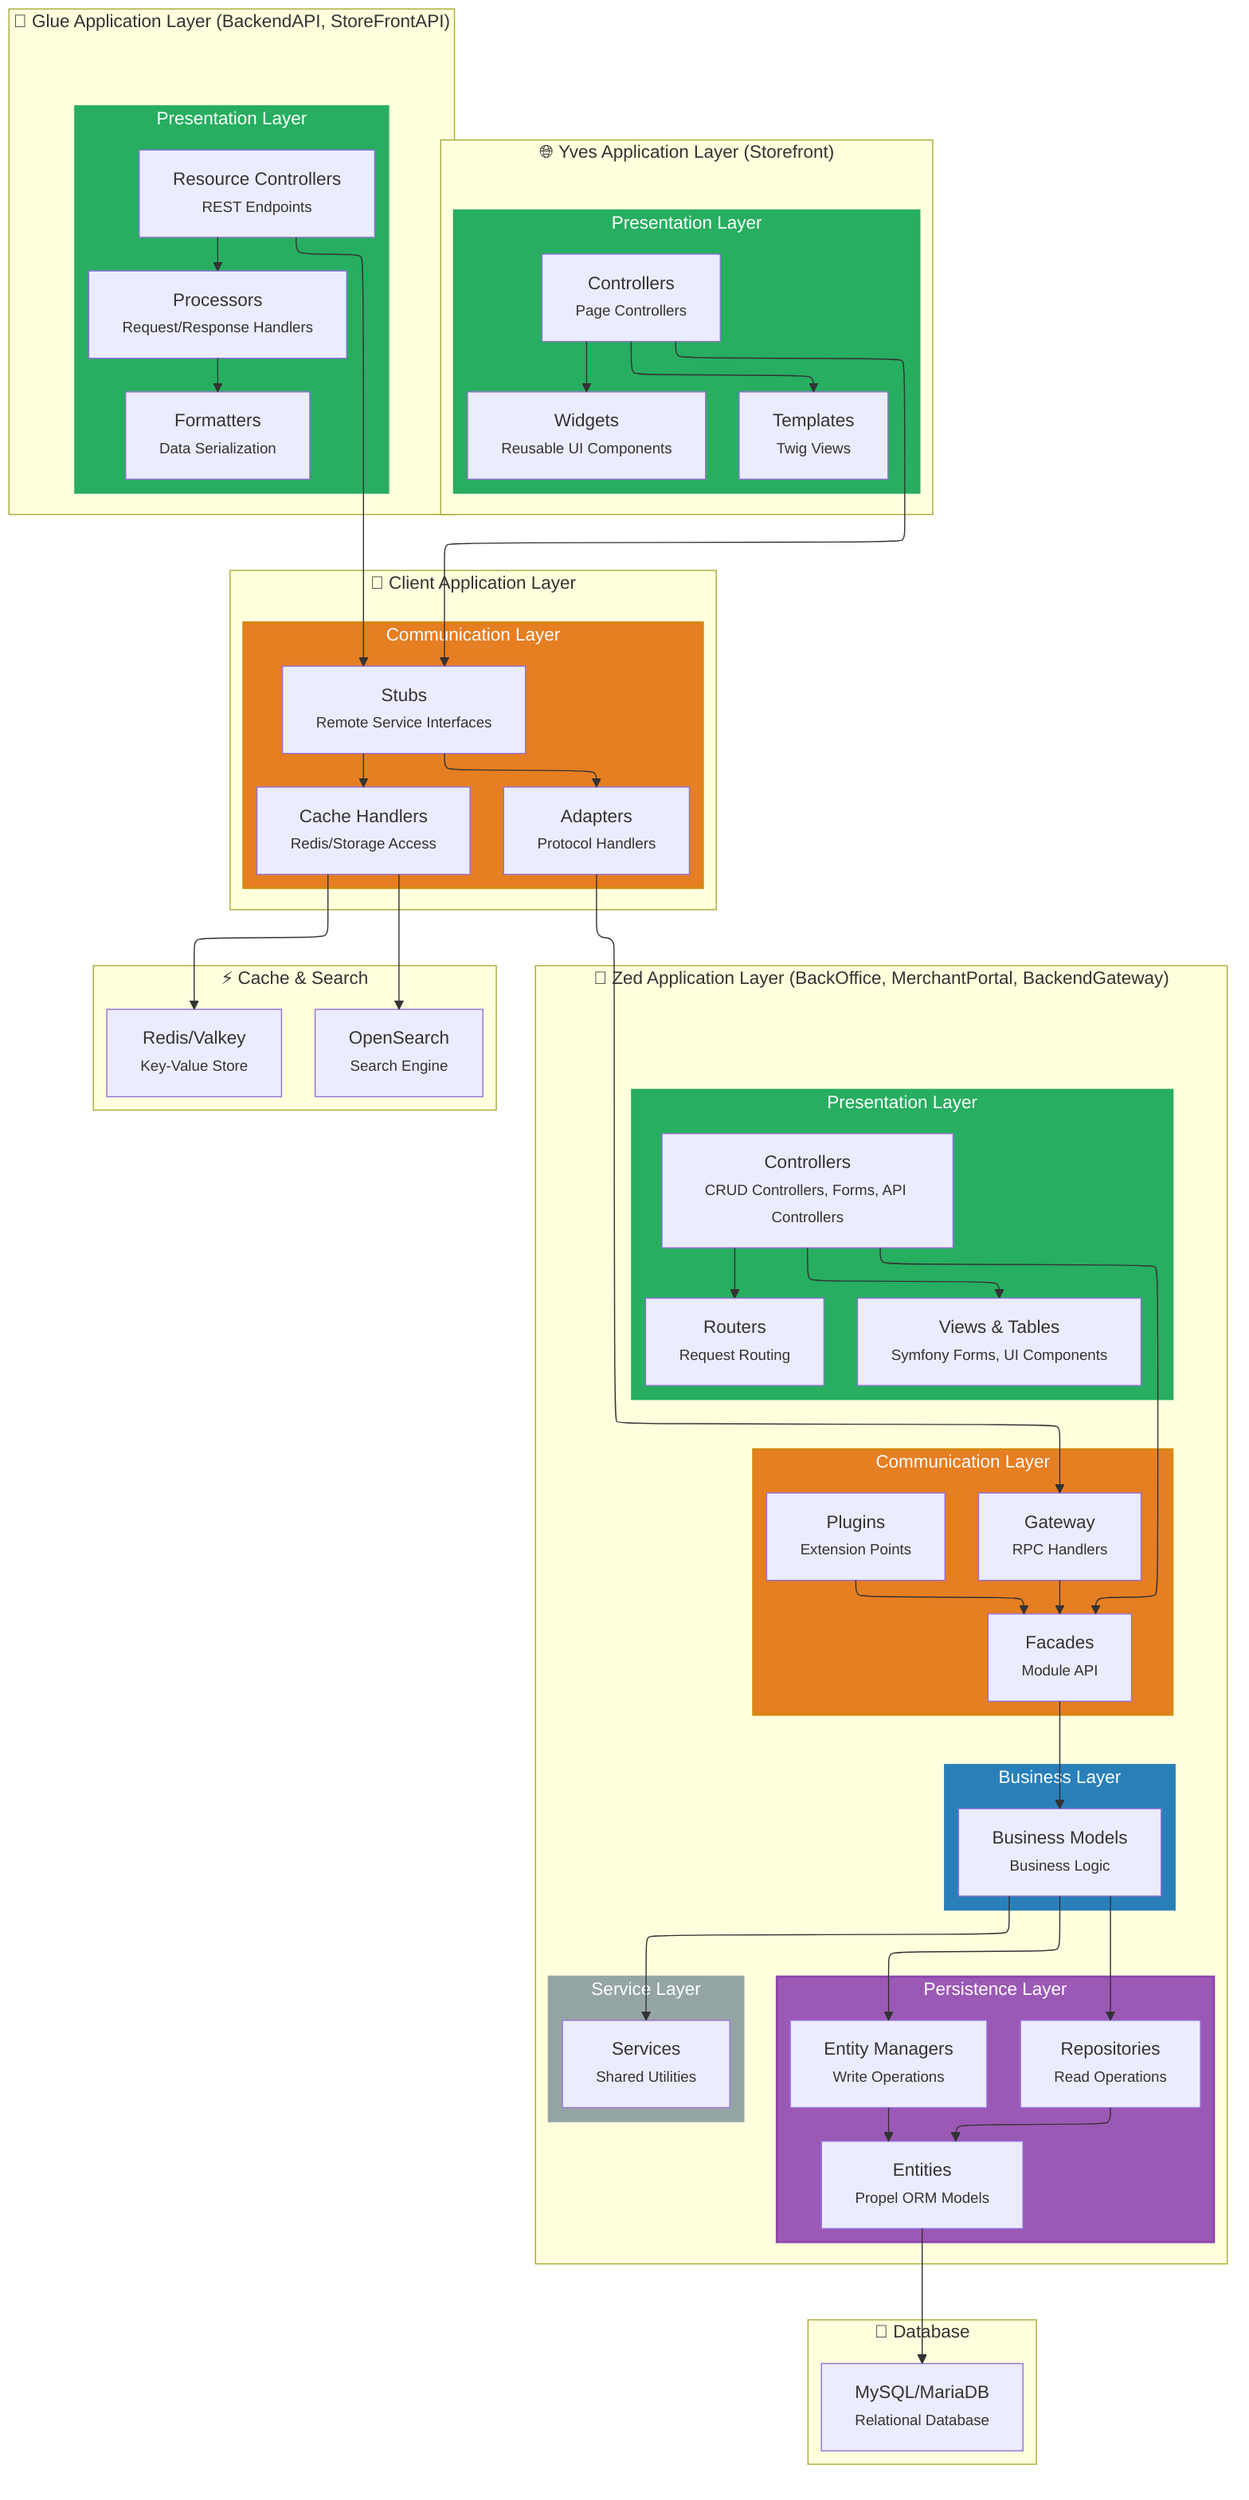
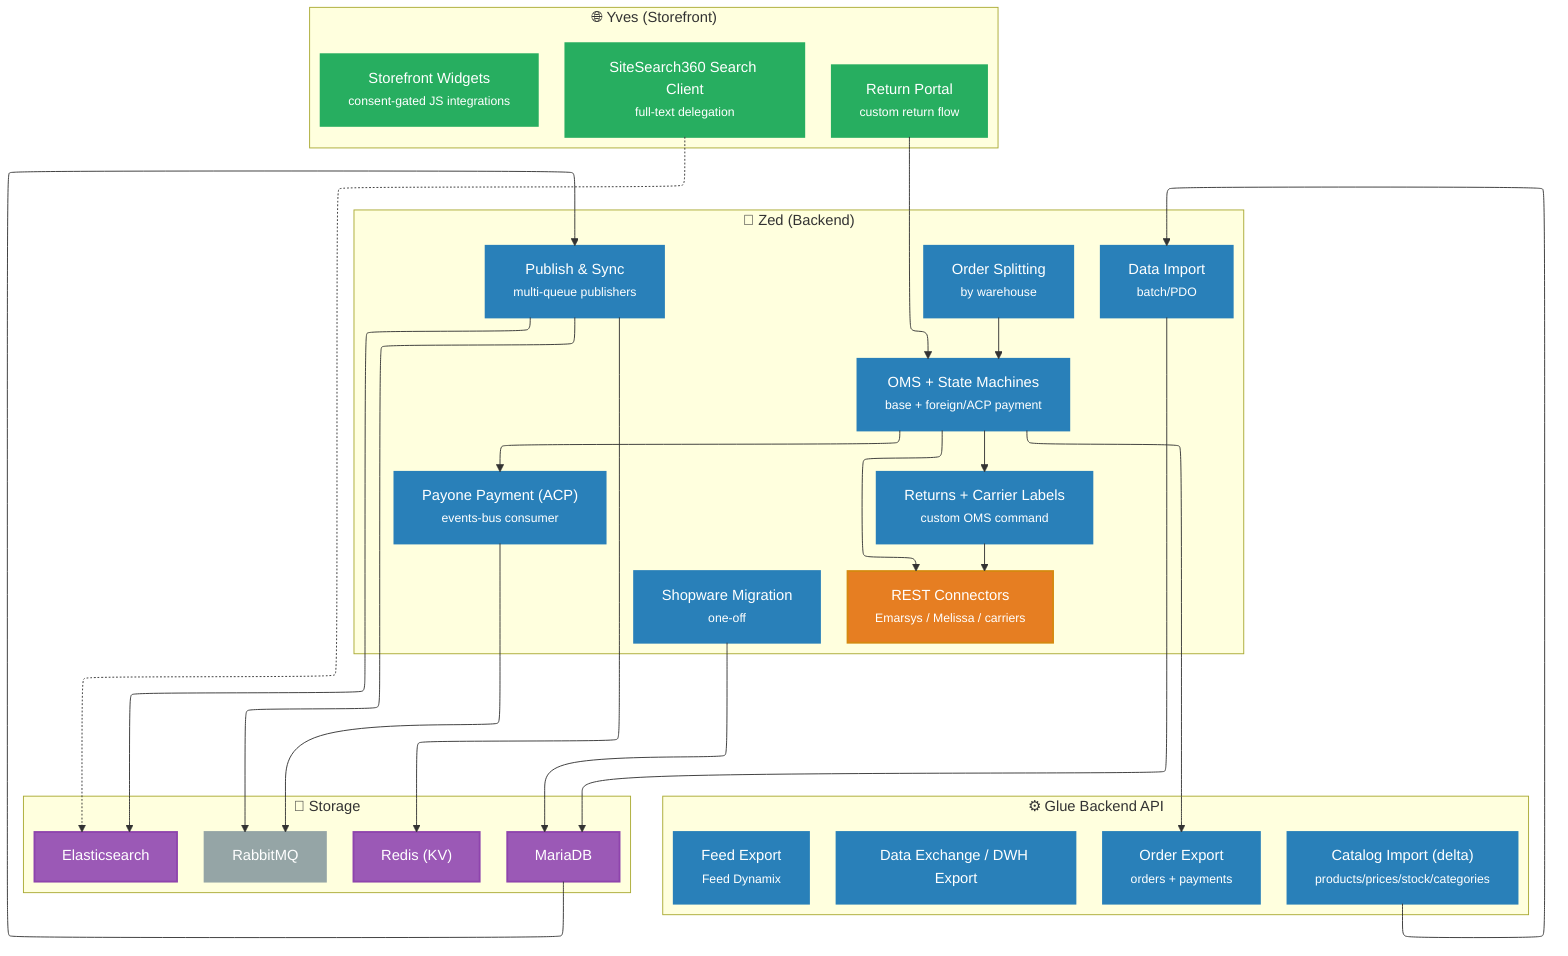
---
config:
  layout: elk
---
flowchart TB
-     subgraph YvesPresentation["Presentation Layer"]
-         YvesControllers["Controllers<br><small>Page Controllers</small>"]
-         YvesTemplates["Templates<br><small>Twig Views</small>"]
-         YvesWidgets["Widgets<br><small>Reusable UI Components</small>"]
+     subgraph YvesC["🌐 Yves (Storefront)"]
+         ReturnPortal["Return Portal<br><small>custom return flow</small>"]
+         SearchClient["SiteSearch360 Search Client<br><small>full-text delegation</small>"]
+         Widgets["Storefront Widgets<br><small>consent-gated JS integrations</small>"]
    end
-     subgraph Yves["🌐 Yves Application Layer (Storefront)"]
-         direction TB
-         YvesPresentation
+     subgraph GlueC["⚙️ Glue Backend API"]
+         CatalogImport["Catalog Import (delta)<br><small>products/prices/stock/categories</small>"]
+         OrderExport["Order Export<br><small>orders + payments</small>"]
+         DataExchange["Data Exchange / DWH Export"]
+         FeedExport["Feed Export<br><small>Feed Dynamix</small>"]
    end
-     subgraph GluePresentation["Presentation Layer"]
-         GlueControllers["Resource Controllers<br><small>REST Endpoints</small>"]
-         GlueProcessors["Processors<br><small>Request/Response Handlers</small>"]
-         GlueFormatters["Formatters<br><small>Data Serialization</small>"]
+     subgraph ZedC["🏢 Zed (Backend)"]
+         DataImportMod["Data Import<br><small>batch/PDO</small>"]
+         PS["Publish & Sync<br><small>multi-queue publishers</small>"]
+         OMS["OMS + State Machines<br><small>base + foreign/ACP payment</small>"]
+         PayoneMod["Payone Payment (ACP)<br><small>events-bus consumer</small>"]
+         OrderSplit["Order Splitting<br><small>by warehouse</small>"]
+         ReturnsMod["Returns + Carrier Labels<br><small>custom OMS command</small>"]
+         Connectors["REST Connectors<br><small>Emarsys / Melissa / carriers</small>"]
+         Migration["Shopware Migration<br><small>one-off</small>"]
    end
-     subgraph GlueAPI["🔌 Glue Application Layer (BackendAPI, StoreFrontAPI)"]
-         direction TB
-         GluePresentation
+     subgraph StorageC["💾 Storage"]
+         DB["MariaDB"]
+         Redis["Redis (KV)"]
+         ES["Elasticsearch"]
+         Rabbit["RabbitMQ"]
    end
-     subgraph ClientCommunication["Communication Layer"]
-         ClientStubs["Stubs<br><small>Remote Service Interfaces</small>"]
-         ClientAdapters["Adapters<br><small>Protocol Handlers</small>"]
-         ClientCache["Cache Handlers<br><small>Redis/Storage Access</small>"]
-     end
-     subgraph Client["🔗 Client Application Layer"]
-         direction TB
-         ClientCommunication
-     end
-     subgraph ZedPresentation["Presentation Layer"]
-         ZedControllers["Controllers<br><small>CRUD Controllers, Forms, API Controllers</small>"]
-         ZedViews["Views &amp; Tables<br><small>Symfony Forms, UI Components</small>"]
-         ZedRouters["Routers<br><small>Request Routing</small>"]
-     end
-     subgraph ZedCommunication["Communication Layer"]
-         ZedFacades["Facades<br><small>Module API</small>"]
-         ZedPlugins["Plugins<br><small>Extension Points</small>"]
-         ZedGateway["Gateway<br><small>RPC Handlers</small>"]
-     end
-     subgraph ZedBusiness["Business Layer"]
-         ZedModels["Business Models<br><small>Business Logic</small>"]
-     end
-     subgraph ZedService["Service Layer"]
-         ZedServices["Services<br><small>Shared Utilities</small>"]
-     end
-     subgraph ZedPersistence["Persistence Layer"]
-         ZedEntities["Entities<br><small>Propel ORM Models</small>"]
-         ZedRepositories["Repositories<br><small>Read Operations</small>"]
-         ZedEntityManagers["Entity Managers<br><small>Write Operations</small>"]
-     end
-     subgraph Zed["🏢 Zed Application Layer (BackOffice, MerchantPortal, BackendGateway)"]
-         direction TB
-         ZedPresentation
-         ZedCommunication
-         ZedBusiness
-         ZedService
-         ZedPersistence
-     end
-     subgraph Database["💾 Database"]
-         MySQL["MySQL/MariaDB<br><small>Relational Database</small>"]
-     end
-     subgraph CacheStorage["⚡ Cache & Search"]
-         Redis["Redis/Valkey<br><small>Key-Value Store</small>"]
-         OpenSearch["OpenSearch<br><small>Search Engine</small>"]
-     end
-     YvesControllers --> YvesTemplates & YvesWidgets & ClientStubs
-     GlueControllers --> GlueProcessors & ClientStubs
-     GlueProcessors --> GlueFormatters
-     ClientStubs --> ClientAdapters & ClientCache
-     ClientAdapters --> ZedGateway
-     ClientCache --> Redis & OpenSearch
-     ZedControllers --> ZedViews & ZedRouters & ZedFacades
-     ZedGateway --> ZedFacades
-     ZedFacades --> ZedModels
-     ZedPlugins --> ZedFacades
-     ZedModels --> ZedServices & ZedRepositories & ZedEntityManagers
-     ZedRepositories --> ZedEntities
-     ZedEntityManagers --> ZedEntities
-     ZedEntities --> MySQL

-     YvesPresentation:::presentationStyle
-     GluePresentation:::presentationStyle
-     ClientCommunication:::communicationStyle
-     ZedPresentation:::presentationStyle
-     ZedCommunication:::communicationStyle
-     ZedBusiness:::businessStyle
-     ZedService:::serviceStyle
-     ZedPersistence:::persistenceStyle
+     CatalogImport --> DataImportMod --> DB
+     DB --> PS
+     PS --> Rabbit
+     PS --> Redis
+     PS --> ES
+     OrderSplit --> OMS
+     OMS --> PayoneMod
+     PayoneMod --> Rabbit
+     OMS --> ReturnsMod --> Connectors
+     OMS --> OrderExport
+     OMS --> Connectors
+     ReturnPortal --> OMS
+     SearchClient -.-> ES
+     Migration --> DB
+ 
+     ReturnPortal:::presentationStyle
+     SearchClient:::presentationStyle
+     Widgets:::presentationStyle
+     CatalogImport:::apiStyle
+     OrderExport:::apiStyle
+     DataExchange:::apiStyle
+     FeedExport:::apiStyle
+     DataImportMod:::businessStyle
+     PS:::businessStyle
+     OMS:::businessStyle
+     PayoneMod:::businessStyle
+     OrderSplit:::businessStyle
+     ReturnsMod:::businessStyle
+     Connectors:::communicationStyle
+     Migration:::businessStyle
+     DB:::persistenceStyle
+     Redis:::persistenceStyle
+     ES:::persistenceStyle
+     Rabbit:::infraStyle
    classDef presentationStyle fill:#27AE60,stroke:#27ae60,stroke-width:2px,color:#fff
    classDef communicationStyle fill:#E67E22,stroke:#d68910,stroke-width:2px,color:#fff
    classDef businessStyle fill:#2980B9,stroke:#2980b9,stroke-width:2px,color:#fff
-     classDef serviceStyle fill:#95A5A6,stroke:#95a5a6,stroke-width:2px,color:#fff
-     classDef persistenceStyle fill:#9B59B6,stroke:#8e44ad,stroke-width:2px,color:#fff+     classDef apiStyle fill:#2980B9,stroke:#2980b9,stroke-width:2px,color:#fff
+     classDef persistenceStyle fill:#9B59B6,stroke:#8e44ad,stroke-width:2px,color:#fff
+     classDef infraStyle fill:#95A5A6,stroke:#95a5a6,stroke-width:2px,color:#fff
